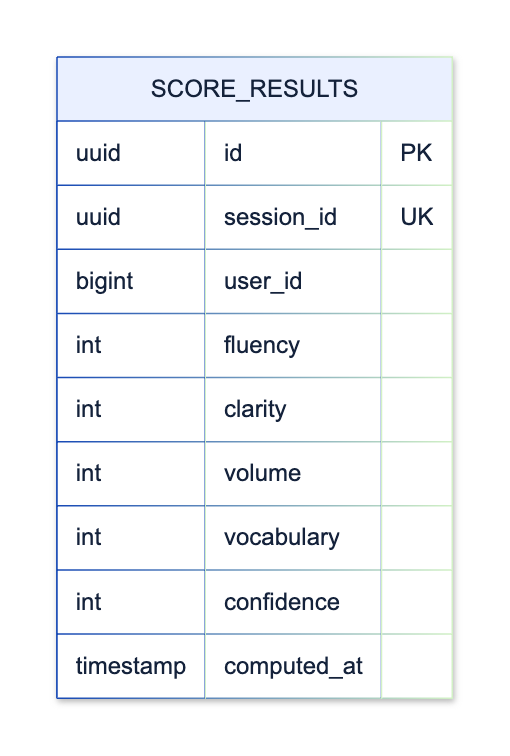
upc-pre-202620-si728-16365-thropic/talki-project-report keeps this Mermaid diagram as assets/diagrams/tactical/03-scoring-feedback-database.png. Above is the earlier version. Its source is kept beside it as assets/diagrams/tactical/03-scoring-feedback-database.mmd. Its diagram source:
```mermaid
erDiagram
    SCORE_RESULTS {
        uuid id PK
        uuid session_id UK
        bigint user_id
        int fluency
        int clarity
        int volume
        int vocabulary
        int confidence
        timestamp computed_at
    }
```
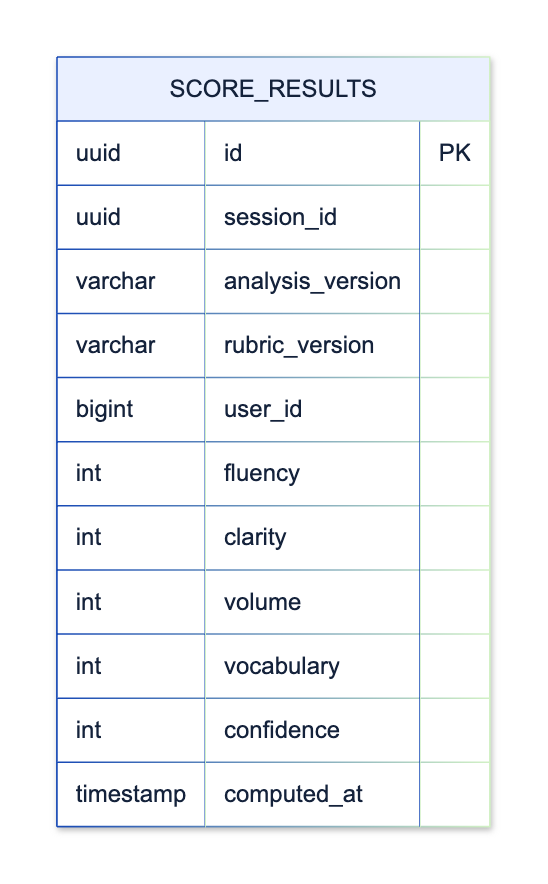
Later version of the same file.

Diff of the diagram source:
```diff
@@ -1,7 +1,9 @@
 erDiagram
     SCORE_RESULTS {
         uuid id PK
-        uuid session_id UK
+        uuid session_id
+        varchar analysis_version
+        varchar rubric_version
         bigint user_id
         int fluency
         int clarity
```
